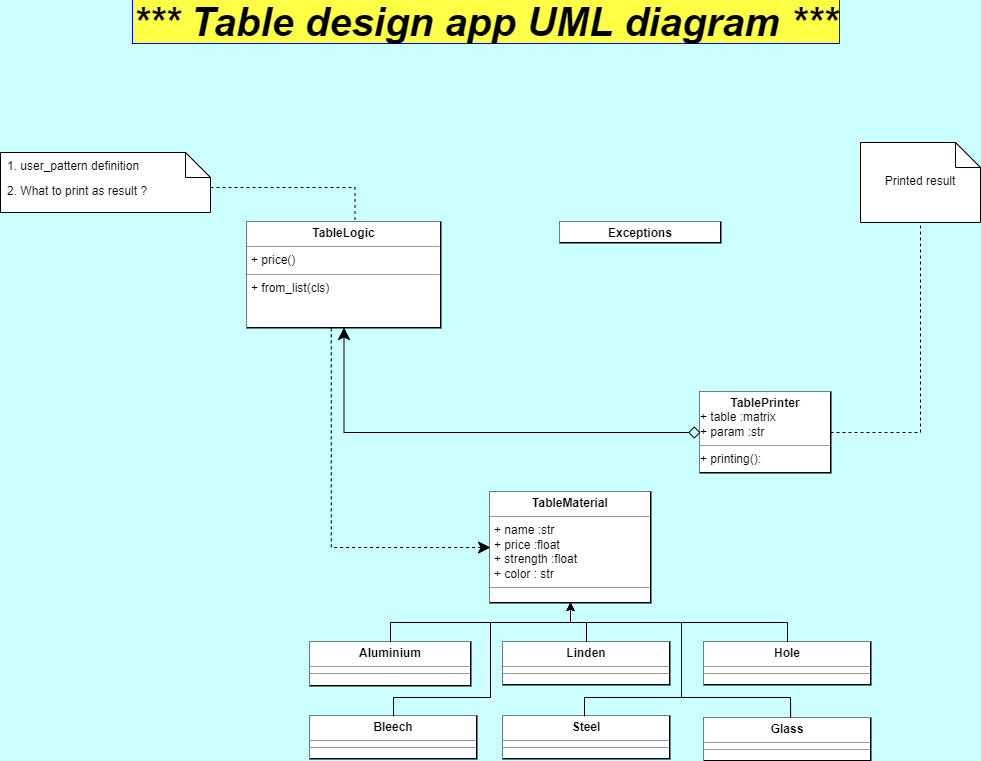
Before: Table/images/Table_design_UML.drawio.png, a diagram exported from draw.io (jordrag/Exercises). Source tidied: cells renumbered, new cells last; positions are measured from the earlier drawing's top-left corner, leaving out a move shared by most shapes.
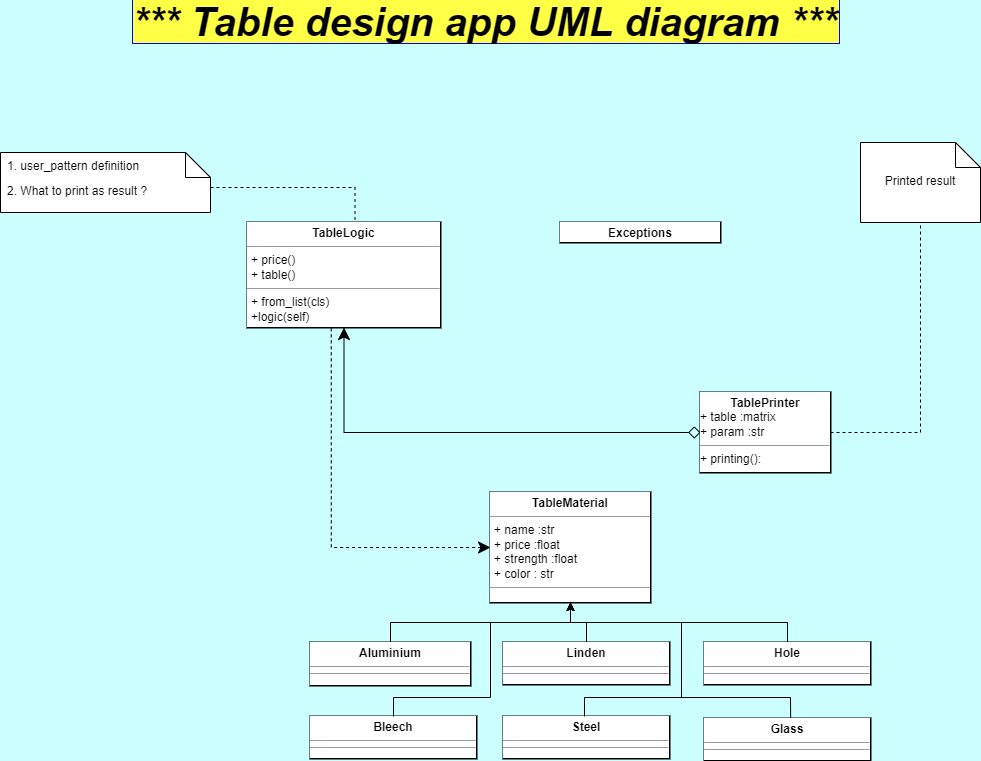
After the change.

Commit message:
with class and static method + properties

Change to the diagram source:
```diff
@@ -11,7 +11,7 @@
         <mxPoint x="354.5" y="207.8" as="targetPoint" />
       </mxGeometry>
     </mxCell>
-    <mxCell id="4" value="&lt;p style=&quot;margin: 0px ; margin-top: 4px ; text-align: center&quot;&gt;&lt;b&gt;TableLogic&lt;/b&gt;&lt;br&gt;&lt;/p&gt;&lt;hr size=&quot;1&quot;&gt;&lt;p style=&quot;margin: 0px ; margin-left: 4px&quot;&gt;+ price()&lt;br&gt;&lt;/p&gt;&lt;hr size=&quot;1&quot;&gt;&lt;p style=&quot;margin: 0px ; margin-left: 4px&quot;&gt;+ from_list(cls)&lt;/p&gt;&lt;p style=&quot;margin: 0px ; margin-left: 4px&quot;&gt;&lt;br&gt;&lt;/p&gt;&amp;nbsp;&lt;p style=&quot;margin: 0px ; margin-left: 4px&quot;&gt;&amp;nbsp;&lt;/p&gt;" style="verticalAlign=top;align=left;overflow=fill;fontSize=12;fontFamily=Helvetica;html=1;rounded=0;glass=0;labelBackgroundColor=#FFFFFF;labelBorderColor=none;fillColor=none;perimeterSpacing=0;strokeColor=default;strokeWidth=2;fillStyle=solid;gradientColor=default;" parent="1" vertex="1">
+    <mxCell id="4" value="&lt;p style=&quot;margin: 0px ; margin-top: 4px ; text-align: center&quot;&gt;&lt;b&gt;TableLogic&lt;/b&gt;&lt;br&gt;&lt;/p&gt;&lt;hr size=&quot;1&quot;&gt;&lt;p style=&quot;margin: 0px ; margin-left: 4px&quot;&gt;+ price()&lt;br&gt;&lt;/p&gt;&lt;p style=&quot;margin: 0px ; margin-left: 4px&quot;&gt;+ table()&lt;/p&gt;&lt;hr size=&quot;1&quot;&gt;&lt;p style=&quot;margin: 0px ; margin-left: 4px&quot;&gt;+ from_list(cls)&lt;/p&gt;&lt;p style=&quot;margin: 0px ; margin-left: 4px&quot;&gt;+logic(self)&lt;/p&gt;&lt;p style=&quot;margin: 0px ; margin-left: 4px&quot;&gt;&lt;br&gt;&lt;/p&gt;&amp;nbsp;&lt;p style=&quot;margin: 0px ; margin-left: 4px&quot;&gt;&amp;nbsp;&lt;/p&gt;" style="verticalAlign=top;align=left;overflow=fill;fontSize=12;fontFamily=Helvetica;html=1;rounded=0;glass=0;labelBackgroundColor=#FFFFFF;labelBorderColor=none;fillColor=none;perimeterSpacing=0;strokeColor=default;strokeWidth=2;fillStyle=solid;gradientColor=default;" parent="1" vertex="1">
       <mxGeometry x="247" y="210" width="193" height="105" as="geometry" />
     </mxCell>
     <mxCell id="5" style="edgeStyle=orthogonalEdgeStyle;rounded=0;jettySize=auto;html=1;exitX=0;exitY=0.5;exitDx=0;exitDy=0;entryX=0.434;entryY=1.002;entryDx=0;entryDy=0;entryPerimeter=0;startArrow=classic;startFill=1;endArrow=none;endFill=0;endSize=10;startSize=10;dashed=1;" parent="1" edge="1" source="6" target="4">
```
